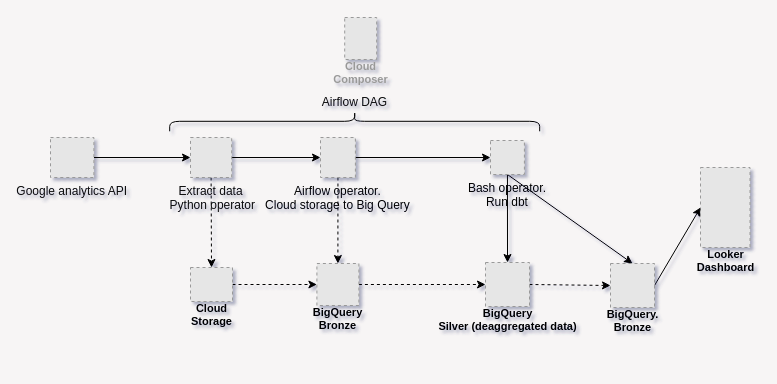
This is exercise4/design.drawio from LucaGelmini/WinClap-dataEng-technicalTest, a draw.io file, before an edit. Source tidied: cells renumbered, new cells numbered last; positions are measured from the earlier drawing's top-left corner, leaving out a move shared by most shapes. Both pictures are drawn from the tidied source at 100%, with x=0, y=0 at pixel (50, -64). Pictures stored in the file or linked from it are replaced by grey dashed boxes.
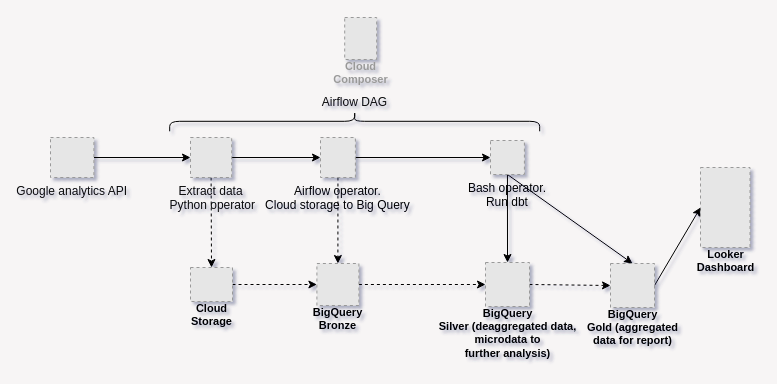
The same page after the edit.

What changed in the source:
```diff
@@
-    <mxCell id="22" value="&lt;font color=&quot;#000000&quot;&gt;BigQuery&lt;br&gt;Silver (deaggregated data)&lt;/font&gt;" style="fillColor=#E6E6E6;strokeColor=#999999;dashed=1;html=1;verticalAlign=top;labelPosition=center;verticalLabelPosition=bottom;align=center;spacingTop=-6;fontSize=11;fontStyle=1;fontColor=#999999;" parent="1" vertex="1">
+    <mxCell id="22" value="&lt;font color=&quot;#000000&quot;&gt;BigQuery&lt;br&gt;Silver (deaggregated data, &lt;br&gt;microdata to&lt;br&gt;further analysis)&lt;/font&gt;" style="fillColor=#E6E6E6;strokeColor=#999999;dashed=1;html=1;verticalAlign=top;labelPosition=center;verticalLabelPosition=bottom;align=center;spacingTop=-6;fontSize=11;fontStyle=1;fontColor=#999999;" parent="1" vertex="1">
       <mxGeometry x="435" y="326" width="44" height="44" as="geometry" />
     </mxCell>
@@
-    <mxCell id="24" value="&lt;font color=&quot;#000000&quot;&gt;BigQuery.&lt;br&gt;Bronze&lt;/font&gt;" style="fillColor=#E6E6E6;strokeColor=#999999;dashed=1;html=1;verticalAlign=top;labelPosition=center;verticalLabelPosition=bottom;align=center;spacingTop=-6;fontSize=11;fontStyle=1;fontColor=#999999;" parent="1" vertex="1">
+    <mxCell id="24" value="&lt;font color=&quot;#000000&quot;&gt;BigQuery&lt;br&gt;Gold (aggregated&lt;br&gt;data for report)&lt;br&gt;&lt;/font&gt;" style="fillColor=#E6E6E6;strokeColor=#999999;dashed=1;html=1;verticalAlign=top;labelPosition=center;verticalLabelPosition=bottom;align=center;spacingTop=-6;fontSize=11;fontStyle=1;fontColor=#999999;" parent="1" vertex="1">
       <mxGeometry x="560" y="327" width="44" height="44" as="geometry" />
     </mxCell>
```
